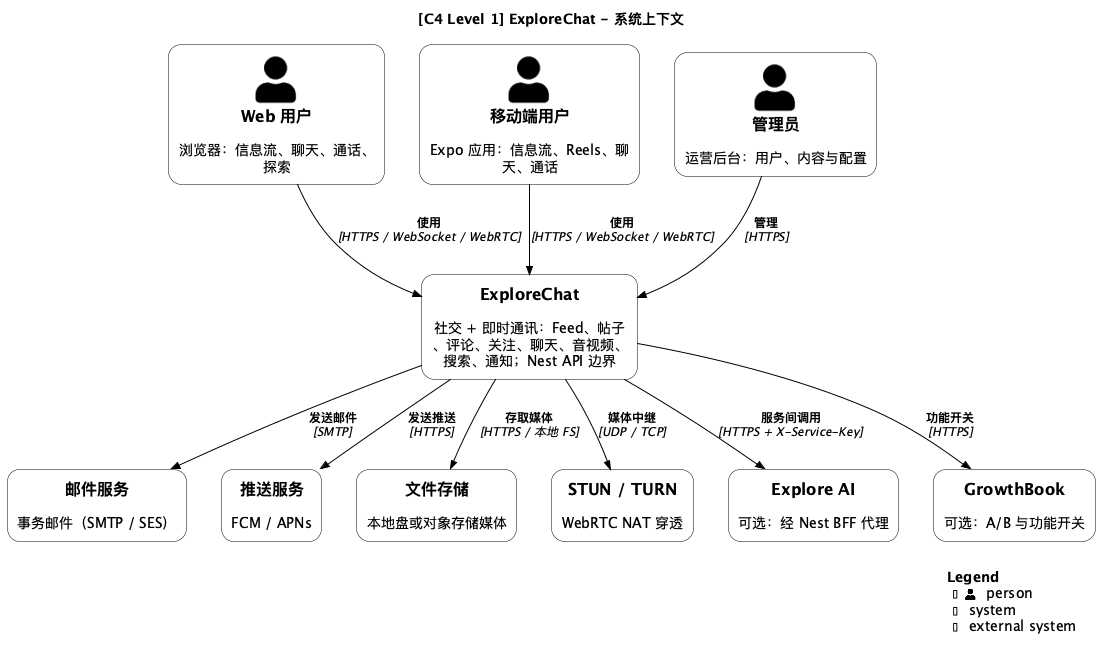
Above: docs/developer/c4-model/png/C1-Context.png in felixzhu97/explore-chat (PlantUML), before the change.
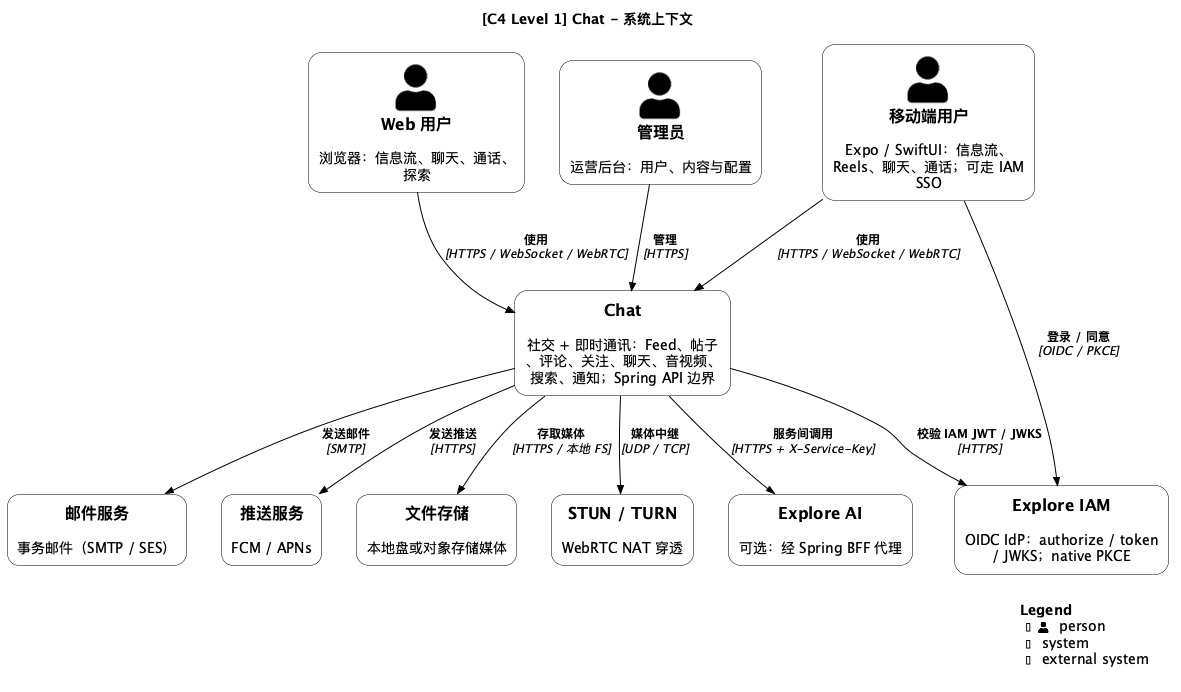
After the commit.

The edit, as a diff of the source:
```diff
@@ -16,30 +16,31 @@
 skinparam shadowing false
 
 LAYOUT_WITH_LEGEND()
-title [C4 Level 1] ExploreChat - 系统上下文
+title [C4 Level 1] Chat - 系统上下文
 
 Person(user_web, "Web 用户", "浏览器：信息流、聊天、通话、探索")
-Person(user_mobile, "移动端用户", "Expo 应用：信息流、Reels、聊天、通话")
+Person(user_mobile, "移动端用户", "Expo / SwiftUI：信息流、Reels、聊天、通话；可走 IAM SSO")
 Person(admin_user, "管理员", "运营后台：用户、内容与配置")
 
-System(explorechat, "ExploreChat", "社交 + 即时通讯：Feed、帖子、评论、关注、聊天、音视频、搜索、通知；Nest API 边界")
+System(chat, "Chat", "社交 + 即时通讯：Feed、帖子、评论、关注、聊天、音视频、搜索、通知；Spring API 边界")
 
+System_Ext(explore_iam, "Explore IAM", "OIDC IdP：authorize / token / JWKS；native PKCE")
 System_Ext(email, "邮件服务", "事务邮件（SMTP / SES）")
 System_Ext(push, "推送服务", "FCM / APNs")
 System_Ext(storage, "文件存储", "本地盘或对象存储媒体")
 System_Ext(webrtc, "STUN / TURN", "WebRTC NAT 穿透")
-System_Ext(explore_ai, "Explore AI", "可选：经 Nest BFF 代理")
-System_Ext(growthbook, "GrowthBook", "可选：A/B 与功能开关")
+System_Ext(explore_ai, "Explore AI", "可选：经 Spring BFF 代理")
 
-Rel(user_web, explorechat, "使用", "HTTPS / WebSocket / WebRTC")
-Rel(user_mobile, explorechat, "使用", "HTTPS / WebSocket / WebRTC")
-Rel(admin_user, explorechat, "管理", "HTTPS")
-Rel(explorechat, email, "发送邮件", "SMTP")
-Rel(explorechat, push, "发送推送", "HTTPS")
-Rel(explorechat, storage, "存取媒体", "HTTPS / 本地 FS")
-Rel(explorechat, webrtc, "媒体中继", "UDP / TCP")
-Rel(explorechat, explore_ai, "服务间调用", "HTTPS + X-Service-Key")
-Rel(explorechat, growthbook, "功能开关", "HTTPS")
+Rel(user_web, chat, "使用", "HTTPS / WebSocket / WebRTC")
+Rel(user_mobile, chat, "使用", "HTTPS / WebSocket / WebRTC")
+Rel(user_mobile, explore_iam, "登录 / 同意", "OIDC / PKCE")
+Rel(admin_user, chat, "管理", "HTTPS")
+Rel(chat, explore_iam, "校验 IAM JWT / JWKS", "HTTPS")
+Rel(chat, email, "发送邮件", "SMTP")
+Rel(chat, push, "发送推送", "HTTPS")
+Rel(chat, storage, "存取媒体", "HTTPS / 本地 FS")
+Rel(chat, webrtc, "媒体中继", "UDP / TCP")
+Rel(chat, explore_ai, "服务间调用", "HTTPS + X-Service-Key")
 
 SHOW_LEGEND()
 @enduml
```
